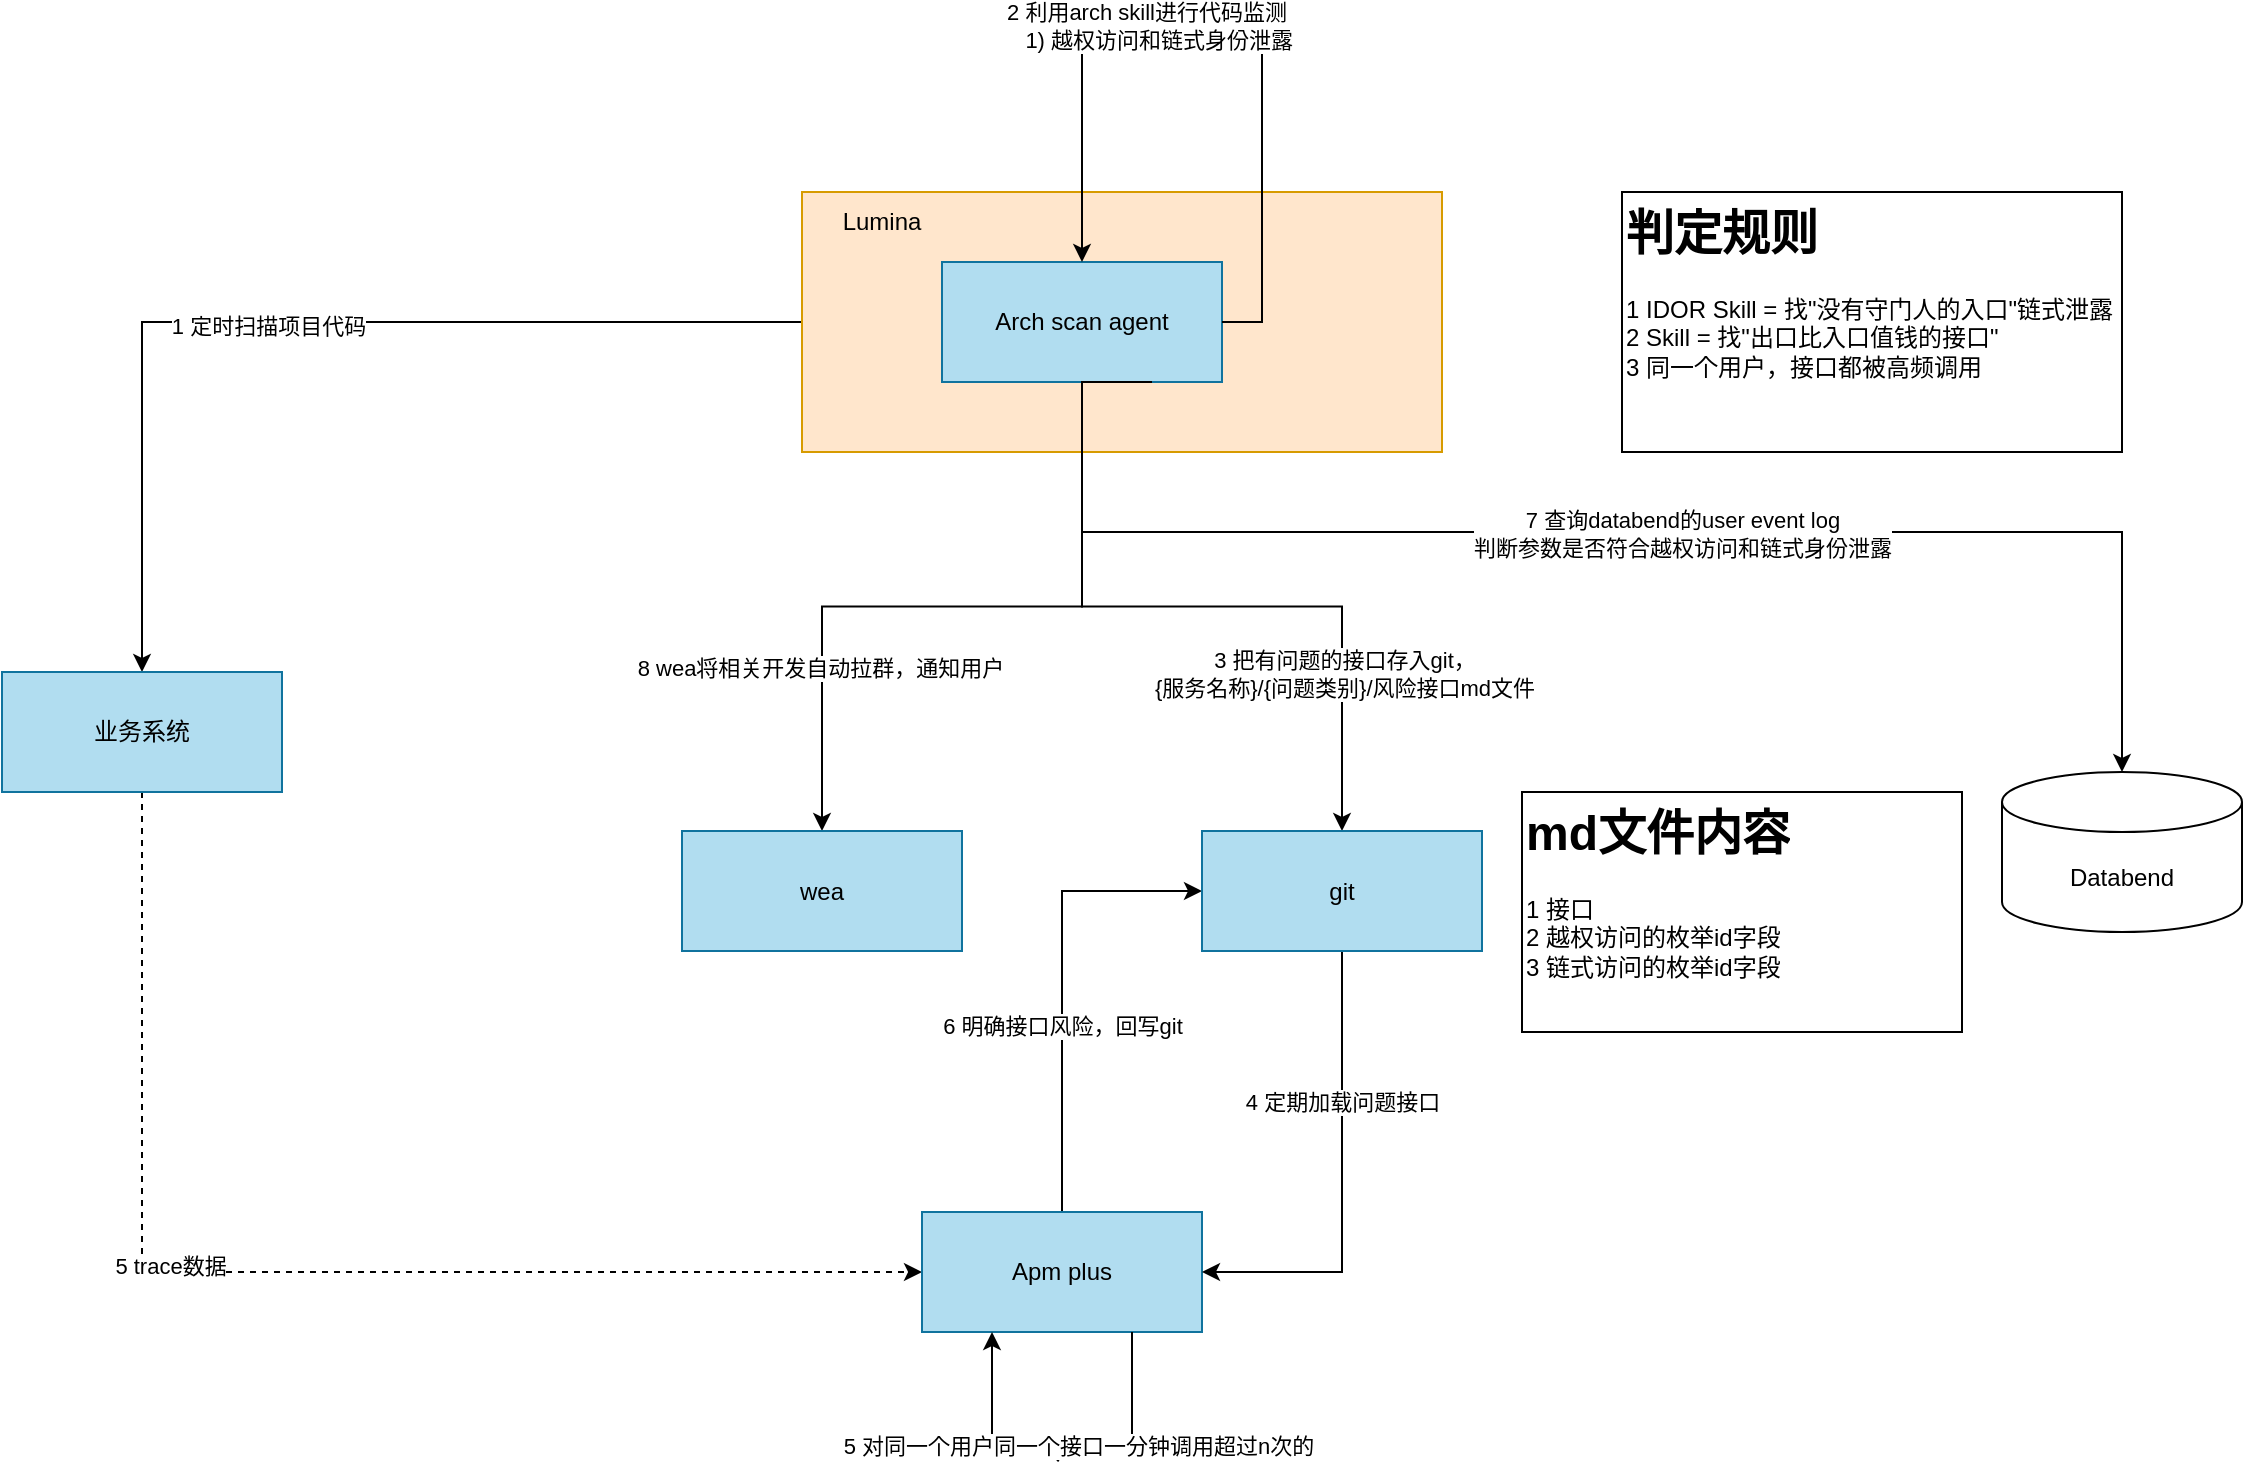
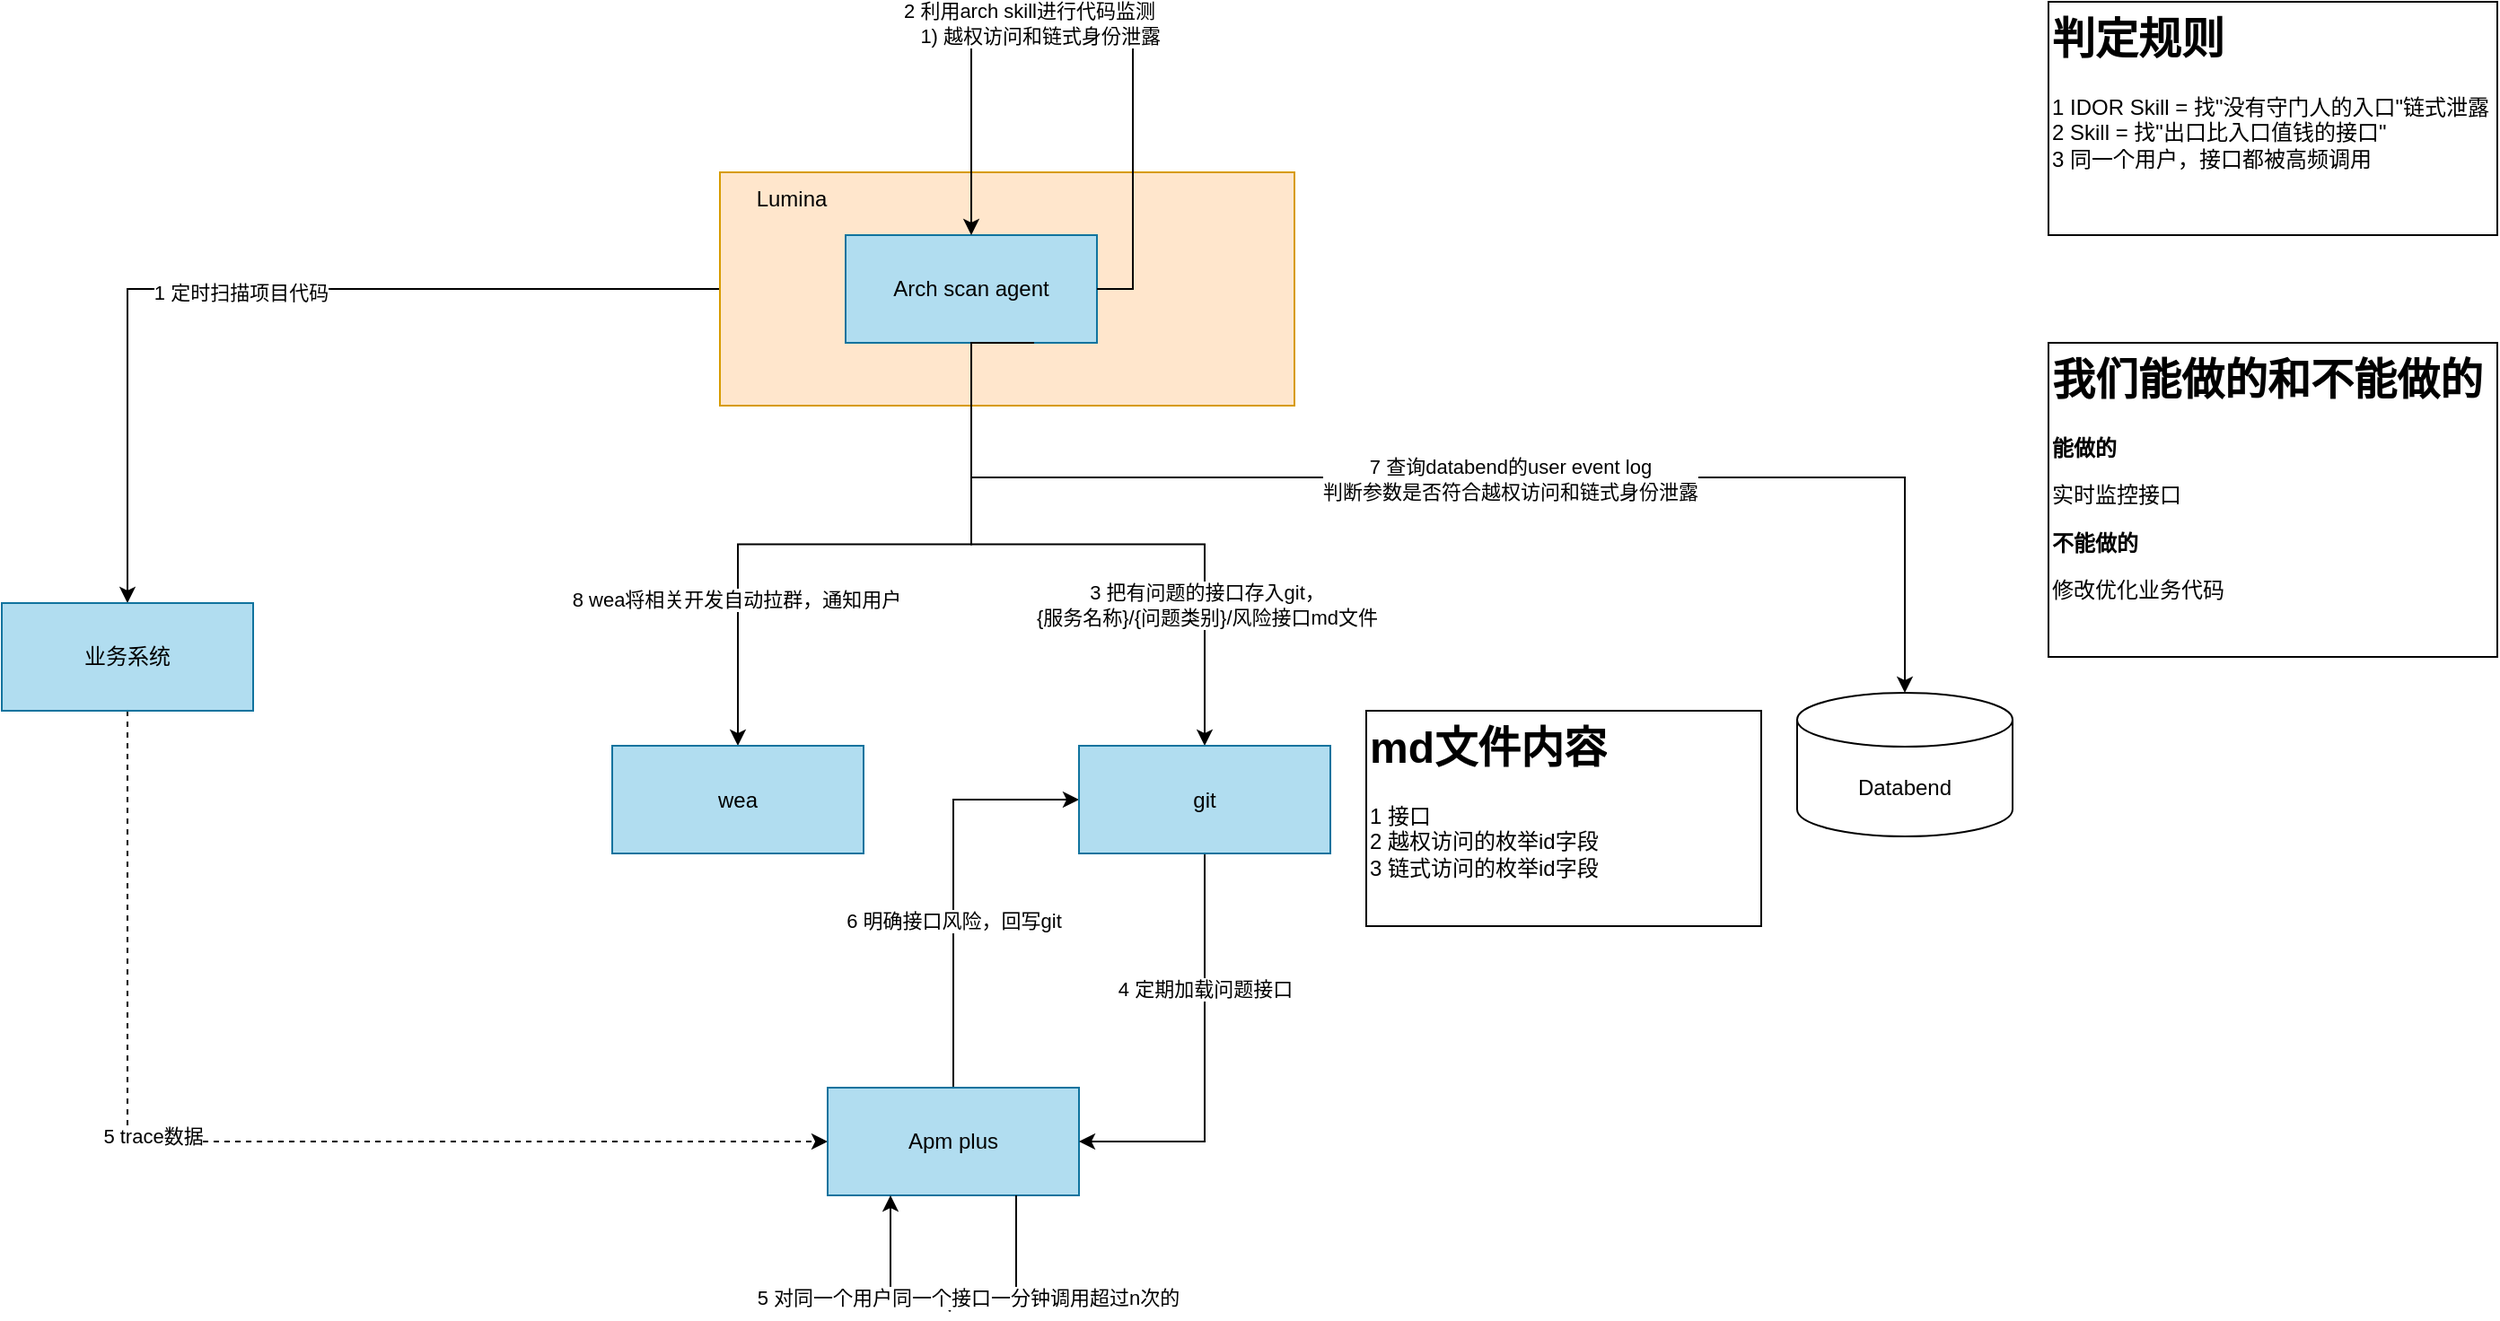
<mxfile host="app.diagrams.net">
  <diagram name="第 1 页" id="v4d0oD99BJNh_s1QToVL">
    <mxGraphModel dx="1222" dy="764" grid="1" gridSize="10" guides="1" tooltips="1" connect="1" arrows="1" fold="1" page="1" pageScale="1" pageWidth="3300" pageHeight="2339" math="0" shadow="0">
      <root>
        <mxCell id="0" />
        <mxCell id="1" parent="0" />
        <mxCell id="BZSGkBbcOcEUag34DBB_-2" edge="1" parent="1" source="SJECwPXb0EPlWWx2axZS-5" style="edgeStyle=orthogonalEdgeStyle;rounded=0;orthogonalLoop=1;jettySize=auto;html=1;exitX=0;exitY=0.5;exitDx=0;exitDy=0;" target="BZSGkBbcOcEUag34DBB_-1">
          <mxGeometry relative="1" as="geometry" />
        </mxCell>
        <mxCell id="BZSGkBbcOcEUag34DBB_-9" connectable="0" parent="BZSGkBbcOcEUag34DBB_-2" style="edgeLabel;html=1;align=center;verticalAlign=middle;resizable=0;points=[];" value="1 定时扫描项目代码" vertex="1">
          <mxGeometry relative="1" x="0.0582" y="2" as="geometry">
            <mxPoint as="offset" />
          </mxGeometry>
        </mxCell>
        <mxCell id="SJECwPXb0EPlWWx2axZS-5" parent="1" style="rounded=0;whiteSpace=wrap;html=1;fillColor=#ffe6cc;strokeColor=#d79b00;" value="" vertex="1">
          <mxGeometry height="130" width="320" x="530" y="160" as="geometry" />
        </mxCell>
        <mxCell id="BZSGkBbcOcEUag34DBB_-19" edge="1" parent="1" source="BZSGkBbcOcEUag34DBB_-1" style="edgeStyle=orthogonalEdgeStyle;rounded=0;orthogonalLoop=1;jettySize=auto;html=1;exitX=0.5;exitY=1;exitDx=0;exitDy=0;entryX=0;entryY=0.5;entryDx=0;entryDy=0;dashed=1;" target="BZSGkBbcOcEUag34DBB_-3">
          <mxGeometry relative="1" as="geometry" />
        </mxCell>
        <mxCell id="BZSGkBbcOcEUag34DBB_-20" connectable="0" parent="BZSGkBbcOcEUag34DBB_-19" style="edgeLabel;html=1;align=center;verticalAlign=middle;resizable=0;points=[];" value="5 trace数据" vertex="1">
          <mxGeometry relative="1" x="-0.1937" y="3" as="geometry">
            <mxPoint as="offset" />
          </mxGeometry>
        </mxCell>
        <mxCell id="BZSGkBbcOcEUag34DBB_-1" parent="1" style="rounded=0;whiteSpace=wrap;html=1;fillColor=#b1ddf0;strokeColor=#10739e;" value="业务系统" vertex="1">
          <mxGeometry height="60" width="140" x="130" y="400" as="geometry" />
        </mxCell>
        <mxCell id="BZSGkBbcOcEUag34DBB_-23" edge="1" parent="1" source="BZSGkBbcOcEUag34DBB_-3" style="edgeStyle=orthogonalEdgeStyle;rounded=0;orthogonalLoop=1;jettySize=auto;html=1;exitX=0.5;exitY=0;exitDx=0;exitDy=0;entryX=0;entryY=0.5;entryDx=0;entryDy=0;" target="BZSGkBbcOcEUag34DBB_-6">
          <mxGeometry relative="1" as="geometry" />
        </mxCell>
        <mxCell id="BZSGkBbcOcEUag34DBB_-24" connectable="0" parent="BZSGkBbcOcEUag34DBB_-23" style="edgeLabel;html=1;align=center;verticalAlign=middle;resizable=0;points=[];" value="6 明确接口风险，回写git" vertex="1">
          <mxGeometry relative="1" x="-0.1931" as="geometry">
            <mxPoint as="offset" />
          </mxGeometry>
        </mxCell>
        <mxCell id="BZSGkBbcOcEUag34DBB_-3" parent="1" style="rounded=0;whiteSpace=wrap;html=1;fillColor=#b1ddf0;strokeColor=#10739e;" value="Apm plus" vertex="1">
          <mxGeometry height="60" width="140" x="590" y="670" as="geometry" />
        </mxCell>
        <mxCell id="BZSGkBbcOcEUag34DBB_-7" edge="1" parent="1" source="SJECwPXb0EPlWWx2axZS-4" style="edgeStyle=orthogonalEdgeStyle;rounded=0;orthogonalLoop=1;jettySize=auto;html=1;exitX=0.5;exitY=1;exitDx=0;exitDy=0;" target="BZSGkBbcOcEUag34DBB_-6">
          <mxGeometry relative="1" as="geometry" />
        </mxCell>
        <mxCell id="BZSGkBbcOcEUag34DBB_-14" connectable="0" parent="BZSGkBbcOcEUag34DBB_-7" style="edgeLabel;html=1;align=center;verticalAlign=middle;resizable=0;points=[];" value="3 把有问题的接口存入git，&lt;div&gt;{服务名称}/&lt;span style=&quot;background-color: light-dark(#ffffff, var(--ge-dark-color, #121212)); color: light-dark(rgb(0, 0, 0), rgb(255, 255, 255));&quot;&gt;{问题类别}/风险接口md文件&lt;/span&gt;&lt;/div&gt;" vertex="1">
          <mxGeometry relative="1" x="0.0845" y="1" as="geometry">
            <mxPoint x="51" y="34" as="offset" />
          </mxGeometry>
        </mxCell>
        <mxCell id="BZSGkBbcOcEUag34DBB_-8" edge="1" parent="1" source="SJECwPXb0EPlWWx2axZS-4" style="edgeStyle=orthogonalEdgeStyle;rounded=0;orthogonalLoop=1;jettySize=auto;html=1;exitX=0.5;exitY=1;exitDx=0;exitDy=0;" target="BZSGkBbcOcEUag34DBB_-5">
          <mxGeometry relative="1" as="geometry" />
        </mxCell>
        <mxCell id="BZSGkBbcOcEUag34DBB_-15" connectable="0" parent="BZSGkBbcOcEUag34DBB_-8" style="edgeLabel;html=1;align=center;verticalAlign=middle;resizable=0;points=[];" value="8 wea将相关开发自动拉群，通知用户" vertex="1">
          <mxGeometry relative="1" x="0.538" y="-1" as="geometry">
            <mxPoint as="offset" />
          </mxGeometry>
        </mxCell>
        <mxCell id="SJECwPXb0EPlWWx2axZS-4" parent="1" style="rounded=0;whiteSpace=wrap;html=1;fillColor=#b1ddf0;strokeColor=#10739e;" value="Arch scan agent" vertex="1">
          <mxGeometry height="60" width="140" x="600" y="195" as="geometry" />
        </mxCell>
        <mxCell id="BZSGkBbcOcEUag34DBB_-4" parent="1" style="text;html=1;whiteSpace=wrap;strokeColor=none;fillColor=none;align=center;verticalAlign=middle;rounded=0;" value="Lumina" vertex="1">
          <mxGeometry height="30" width="60" x="540" y="160" as="geometry" />
        </mxCell>
        <mxCell id="BZSGkBbcOcEUag34DBB_-5" parent="1" style="rounded=0;whiteSpace=wrap;html=1;fillColor=#b1ddf0;strokeColor=#10739e;" value="wea" vertex="1">
          <mxGeometry height="60" width="140" x="470" y="479.5" as="geometry" />
        </mxCell>
        <mxCell id="BZSGkBbcOcEUag34DBB_-17" edge="1" parent="1" source="BZSGkBbcOcEUag34DBB_-6" style="edgeStyle=orthogonalEdgeStyle;rounded=0;orthogonalLoop=1;jettySize=auto;html=1;exitX=0.5;exitY=1;exitDx=0;exitDy=0;entryX=1;entryY=0.5;entryDx=0;entryDy=0;" target="BZSGkBbcOcEUag34DBB_-3">
          <mxGeometry relative="1" as="geometry" />
        </mxCell>
        <mxCell id="BZSGkBbcOcEUag34DBB_-18" connectable="0" parent="BZSGkBbcOcEUag34DBB_-17" style="edgeLabel;html=1;align=center;verticalAlign=middle;resizable=0;points=[];" value="4 定期加载问题接口" vertex="1">
          <mxGeometry relative="1" x="-0.3536" as="geometry">
            <mxPoint y="1" as="offset" />
          </mxGeometry>
        </mxCell>
        <mxCell id="BZSGkBbcOcEUag34DBB_-6" parent="1" style="rounded=0;whiteSpace=wrap;html=1;fillColor=#b1ddf0;strokeColor=#10739e;" value="git" vertex="1">
          <mxGeometry height="60" width="140" x="730" y="479.5" as="geometry" />
        </mxCell>
        <mxCell id="BZSGkBbcOcEUag34DBB_-12" edge="1" parent="1" source="SJECwPXb0EPlWWx2axZS-4" style="edgeStyle=orthogonalEdgeStyle;rounded=0;orthogonalLoop=1;jettySize=auto;html=1;exitX=1;exitY=0.5;exitDx=0;exitDy=0;entryX=0.5;entryY=0;entryDx=0;entryDy=0;" target="SJECwPXb0EPlWWx2axZS-4">
          <mxGeometry relative="1" as="geometry">
            <Array as="points">
              <mxPoint x="760" y="225" />
              <mxPoint x="760" y="80" />
              <mxPoint x="670" y="80" />
            </Array>
          </mxGeometry>
        </mxCell>
        <mxCell id="BZSGkBbcOcEUag34DBB_-13" connectable="0" parent="BZSGkBbcOcEUag34DBB_-12" style="edgeLabel;html=1;align=center;verticalAlign=middle;resizable=0;points=[];" value="2 利用arch skill进行代码监测&lt;div&gt;&amp;nbsp; &amp;nbsp; 1) 越权访问和链式身份泄露&lt;/div&gt;" vertex="1">
          <mxGeometry relative="1" x="0.2054" y="-3" as="geometry">
            <mxPoint as="offset" />
          </mxGeometry>
        </mxCell>
        <mxCell id="BZSGkBbcOcEUag34DBB_-21" edge="1" parent="1" source="BZSGkBbcOcEUag34DBB_-3" style="edgeStyle=orthogonalEdgeStyle;rounded=0;orthogonalLoop=1;jettySize=auto;html=1;exitX=0.75;exitY=1;exitDx=0;exitDy=0;entryX=0.25;entryY=1;entryDx=0;entryDy=0;" target="BZSGkBbcOcEUag34DBB_-3" value="、">
          <mxGeometry relative="1" as="geometry">
            <Array as="points">
              <mxPoint x="695" y="790" />
              <mxPoint x="625" y="790" />
            </Array>
          </mxGeometry>
        </mxCell>
        <mxCell id="BZSGkBbcOcEUag34DBB_-22" connectable="0" parent="BZSGkBbcOcEUag34DBB_-21" style="edgeLabel;html=1;align=center;verticalAlign=middle;resizable=0;points=[];" value="5 对同一个用户同一个接口一分钟调用超过n次的" vertex="1">
          <mxGeometry relative="1" x="-0.0842" y="-3" as="geometry">
            <mxPoint as="offset" />
          </mxGeometry>
        </mxCell>
        <mxCell id="BZSGkBbcOcEUag34DBB_-26" parent="1" style="text;html=1;whiteSpace=wrap;overflow=hidden;rounded=0;strokeColor=default;" value="&lt;h1 style=&quot;margin-top: 0px;&quot;&gt;md文件内容&lt;/h1&gt;&lt;p&gt;1 接口&lt;br&gt;2 越权访问的枚举id字段&lt;br&gt;3 链式访问的&lt;span style=&quot;background-color: transparent; color: light-dark(rgb(0, 0, 0), rgb(255, 255, 255));&quot;&gt;枚举id字段&lt;/span&gt;&lt;/p&gt;" vertex="1">
          <mxGeometry height="120" width="220" x="890" y="460" as="geometry" />
        </mxCell>
        <mxCell id="BZSGkBbcOcEUag34DBB_-27" parent="1" style="shape=cylinder3;whiteSpace=wrap;html=1;boundedLbl=1;backgroundOutline=1;size=15;" value="Databend" vertex="1">
          <mxGeometry height="80" width="120" x="1130" y="450" as="geometry" />
        </mxCell>
        <mxCell id="BZSGkBbcOcEUag34DBB_-30" edge="1" parent="1" source="SJECwPXb0EPlWWx2axZS-4" style="edgeStyle=orthogonalEdgeStyle;rounded=0;orthogonalLoop=1;jettySize=auto;html=1;exitX=0.75;exitY=1;exitDx=0;exitDy=0;entryX=0.5;entryY=0;entryDx=0;entryDy=0;entryPerimeter=0;" target="BZSGkBbcOcEUag34DBB_-27">
          <mxGeometry relative="1" as="geometry">
            <Array as="points">
              <mxPoint x="670" y="255" />
              <mxPoint x="670" y="330" />
              <mxPoint x="1190" y="330" />
            </Array>
          </mxGeometry>
        </mxCell>
        <mxCell id="BZSGkBbcOcEUag34DBB_-31" connectable="0" parent="BZSGkBbcOcEUag34DBB_-30" style="edgeLabel;html=1;align=center;verticalAlign=middle;resizable=0;points=[];" value="7 查询databend的user event log&lt;div&gt;判断参数是否符合越权访问和链式身份泄露&lt;/div&gt;" vertex="1">
          <mxGeometry relative="1" x="-0.1573" y="-1" as="geometry">
            <mxPoint x="94" as="offset" />
          </mxGeometry>
        </mxCell>
        <mxCell id="BZSGkBbcOcEUag34DBB_-32" parent="1" style="text;html=1;whiteSpace=wrap;overflow=hidden;rounded=0;strokeColor=default;" value="&lt;h1 style=&quot;margin-top: 0px;&quot;&gt;判定规则&lt;/h1&gt;&lt;p&gt;1 IDOR Skill = 找&quot;没有守门人的入口&quot;&lt;span style=&quot;background-color: transparent; color: light-dark(rgb(0, 0, 0), rgb(255, 255, 255));&quot;&gt;链式泄露 2 Skill = 找&quot;出口比入口值钱的接口&quot;&lt;br&gt;3 同一个用户，接口都被高频调用&lt;/span&gt;&lt;/p&gt;" vertex="1">
-           <mxGeometry height="130" width="250" x="940" y="160" as="geometry" />
+           <mxGeometry height="130" width="250" x="1270" y="65" as="geometry" />
+         </mxCell>
+         <mxCell id="BZSGkBbcOcEUag34DBB_-33" parent="1" style="text;html=1;whiteSpace=wrap;overflow=hidden;rounded=0;strokeColor=default;" value="&lt;h1 style=&quot;margin-top: 0px;&quot;&gt;我们能做的和不能做的&lt;/h1&gt;&lt;p&gt;&lt;b&gt;能做的&lt;/b&gt;&lt;/p&gt;&lt;p&gt;实时监控接口&lt;/p&gt;&lt;p&gt;&lt;b&gt;不能做的&lt;/b&gt;&lt;/p&gt;&lt;p&gt;修改优化业务代码&lt;/p&gt;&lt;p&gt;&lt;br&gt;&lt;/p&gt;" vertex="1">
+           <mxGeometry height="175" width="250" x="1270" y="255" as="geometry" />
        </mxCell>
      </root>
    </mxGraphModel>
  </diagram>
</mxfile>
